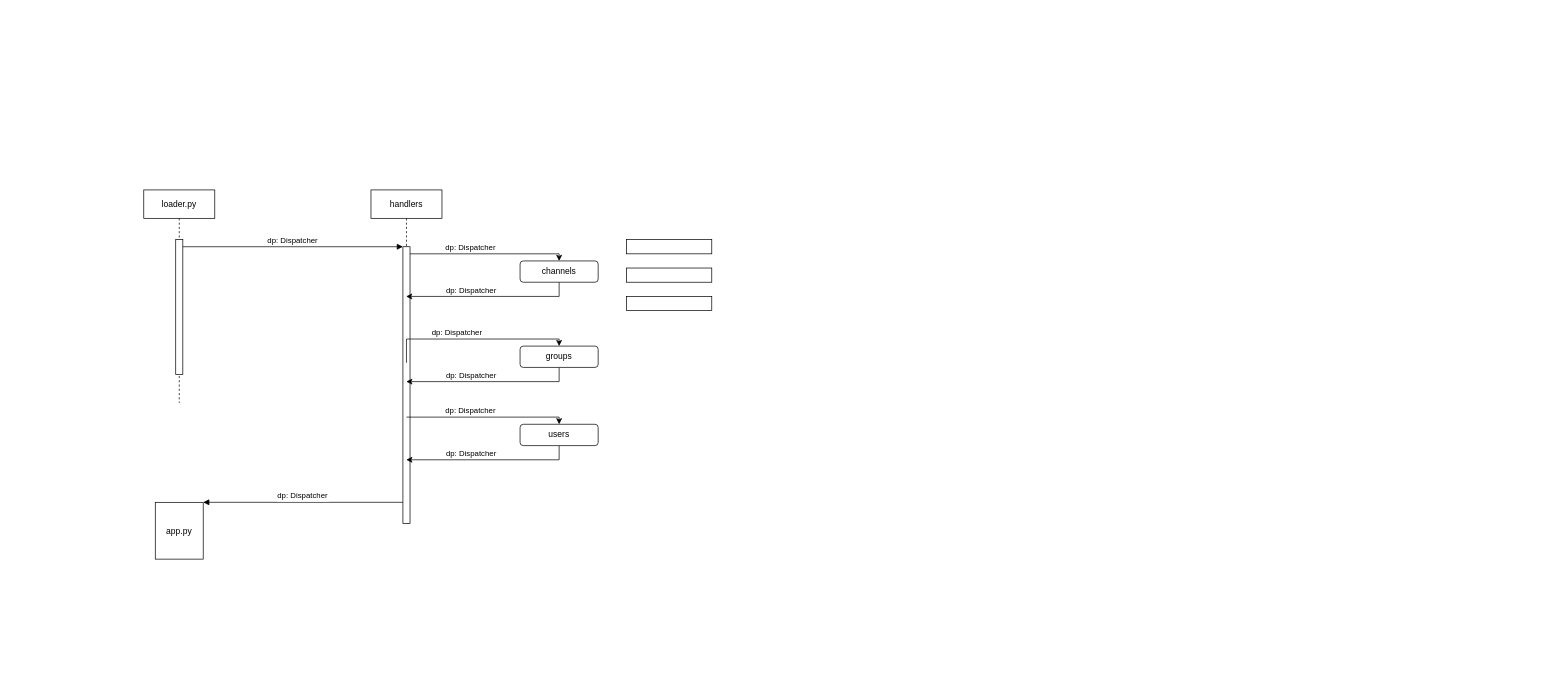
Earlier version of the draw.io diagram Untitled Diagram.drawio (schneider001/FakeMail). Source tidied: cells renumbered, new cells numbered last; positions are measured from the earlier drawing's top-left corner, leaving out a move shared by most shapes. Both pictures are drawn from the tidied source at 71%, with x=0, y=0 at pixel (143, 190).
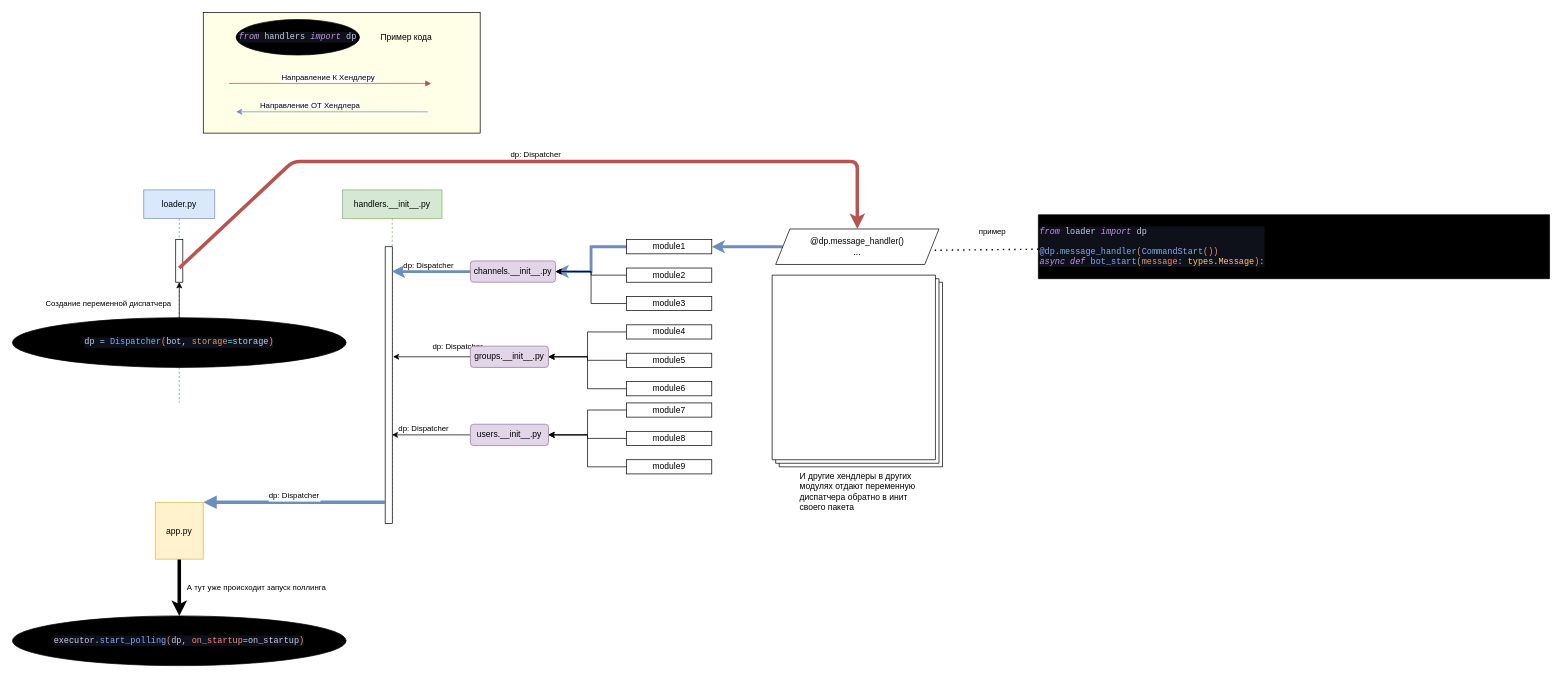
The same page after the edit.

The edit, as a diff of the source:
```diff
@@
+    <mxCell id="27" style="rounded=0;whiteSpace=wrap;html=1;align=left;fillColor=#FEFFE6;" parent="1" vertex="1">
+      <mxGeometry x="83.8" y="-250" width="390" height="170" as="geometry" />
+    </mxCell>
-    <mxCell id="2" value="loader.py" style="shape=umlLifeline;perimeter=lifelinePerimeter;rounded=0;shadow=0;strokeWidth=1;" parent="1" vertex="1">
+    <mxCell id="2" value="loader.py" style="shape=umlLifeline;perimeter=lifelinePerimeter;rounded=0;shadow=0;strokeWidth=1;fillColor=#dae8fc;strokeColor=#6c8ebf;" parent="1" vertex="1">
       <mxGeometry width="100" height="300" as="geometry" />
     </mxCell>
     <mxCell id="3" style="points=[];perimeter=orthogonalPerimeter;rounded=0;shadow=0;strokeWidth=1;" parent="2" vertex="1">
-      <mxGeometry x="45" y="70" width="10" height="190" as="geometry" />
+      <mxGeometry x="45" y="70" width="10" height="60" as="geometry" />
     </mxCell>
-    <mxCell id="4" style="edgeStyle=orthogonalEdgeStyle;rounded=0;jettySize=auto;html=1;entryX=0.5;entryY=0;entryDx=0;entryDy=0;" parent="1" edge="1" source="6" target="12">
-      <mxGeometry relative="1" as="geometry">
-        <Array as="points">
-          <mxPoint x="585" y="90" />
-        </Array>
-      </mxGeometry>
-    </mxCell>
-    <mxCell id="5" value="dp: Dispatcher" style="edgeLabel;html=1;align=center;verticalAlign=middle;" parent="4" vertex="1">
-      <mxGeometry x="-0.18" y="2" relative="1" as="geometry">
-        <mxPoint x="-2.2" y="-8" as="offset" />
-      </mxGeometry>
-    </mxCell>
-    <mxCell id="6" value="handlers" style="shape=umlLifeline;perimeter=lifelinePerimeter;rounded=0;shadow=0;strokeWidth=1;" parent="1" vertex="1">
-      <mxGeometry x="320" width="100" height="470" as="geometry" />
+    <mxCell id="6" value="handlers.__init__.py" style="shape=umlLifeline;perimeter=lifelinePerimeter;rounded=0;shadow=0;strokeWidth=1;fillColor=#d5e8d4;strokeColor=#82b366;" parent="1" vertex="1">
+      <mxGeometry x="280" width="140" height="470" as="geometry" />
     </mxCell>
     <mxCell id="7" style="points=[];perimeter=orthogonalPerimeter;rounded=0;shadow=0;strokeWidth=1;" parent="6" vertex="1">
-      <mxGeometry x="45" y="80" width="10" height="390" as="geometry" />
+      <mxGeometry x="60" y="80" width="10" height="390" as="geometry" />
     </mxCell>
-    <mxCell id="8" value="dp: Dispatcher" style="verticalAlign=bottom;endArrow=block;entryX=0;entryY=0;shadow=0;strokeWidth=1;" parent="1" edge="1" source="3" target="7">
-      <mxGeometry relative="1" as="geometry" />
-    </mxCell>
-    <mxCell id="9" value="dp: Dispatcher" style="verticalAlign=bottom;endArrow=block;entryX=1;entryY=0;shadow=0;strokeWidth=1;" parent="1" edge="1" source="7" target="23">
+    <mxCell id="9" value="dp: Dispatcher" style="verticalAlign=bottom;endArrow=block;entryX=1;entryY=0;shadow=0;strokeWidth=5;fillColor=#dae8fc;strokeColor=#6c8ebf;" parent="1" edge="1" source="7" target="23">
       <mxGeometry relative="1" as="geometry" />
     </mxCell>
-    <mxCell id="10" style="edgeStyle=orthogonalEdgeStyle;rounded=0;jettySize=auto;html=1;" parent="1" edge="1" source="12" target="6">
+    <mxCell id="10" style="edgeStyle=orthogonalEdgeStyle;rounded=0;jettySize=auto;html=1;fillColor=#dae8fc;strokeColor=#6c8ebf;exitX=0;exitY=0.5;exitDx=0;exitDy=0;strokeWidth=4;" parent="1" edge="1" source="12" target="6">
       <mxGeometry relative="1" as="geometry">
         <Array as="points">
-          <mxPoint x="585" y="150" />
+          <mxPoint x="470" y="115" />
+          <mxPoint x="470" y="115" />
         </Array>
       </mxGeometry>
     </mxCell>
@@
-    <mxCell id="12" value="channels" style="rounded=1;whiteSpace=wrap;html=1;" parent="1" vertex="1">
-      <mxGeometry x="530" y="100" width="110" height="30" as="geometry" />
+    <mxCell id="12" value="channels.__init__.py" style="rounded=1;whiteSpace=wrap;html=1;fillColor=#e1d5e7;strokeColor=#9673a6;" parent="1" vertex="1">
+      <mxGeometry x="460" y="100" width="120" height="30" as="geometry" />
     </mxCell>
-    <mxCell id="13" style="edgeStyle=orthogonalEdgeStyle;rounded=0;jettySize=auto;html=1;entryX=0.5;entryY=0;entryDx=0;entryDy=0;exitX=0.5;exitY=0.419;exitDx=0;exitDy=0;exitPerimeter=0;" parent="1" edge="1" source="7" target="17">
-      <mxGeometry relative="1" as="geometry">
-        <Array as="points">
-          <mxPoint x="585" y="210" />
-        </Array>
-      </mxGeometry>
-    </mxCell>
-    <mxCell id="14" value="dp: Dispatcher" style="edgeLabel;html=1;align=center;verticalAlign=middle;" parent="13" vertex="1">
-      <mxGeometry x="-0.18" y="2" relative="1" as="geometry">
-        <mxPoint x="-2.2" y="-8" as="offset" />
-      </mxGeometry>
-    </mxCell>
     <mxCell id="15" style="edgeStyle=orthogonalEdgeStyle;rounded=0;jettySize=auto;html=1;" parent="1" edge="1" source="17">
       <mxGeometry relative="1" as="geometry">
-        <mxPoint x="369.7" y="270" as="targetPoint" />
+        <mxPoint x="351" y="235" as="targetPoint" />
         <Array as="points">
-          <mxPoint x="585" y="270" />
+          <mxPoint x="351" y="235" />
         </Array>
       </mxGeometry>
     </mxCell>
     <mxCell id="16" value="dp: Dispatcher" style="edgeLabel;html=1;align=center;verticalAlign=middle;" parent="15" vertex="1">
       <mxGeometry x="0.25" relative="1" as="geometry">
-        <mxPoint x="2.5" y="-10" as="offset" />
+        <mxPoint x="49.4" y="-15.1" as="offset" />
       </mxGeometry>
     </mxCell>
-    <mxCell id="17" value="groups" style="rounded=1;whiteSpace=wrap;html=1;" parent="1" vertex="1">
-      <mxGeometry x="530" y="220" width="110" height="30" as="geometry" />
+    <mxCell id="17" value="groups.__init__.py" style="rounded=1;whiteSpace=wrap;html=1;fillColor=#e1d5e7;strokeColor=#9673a6;" parent="1" vertex="1">
+      <mxGeometry x="460" y="220" width="110" height="30" as="geometry" />
     </mxCell>
-    <mxCell id="18" style="edgeStyle=orthogonalEdgeStyle;rounded=0;jettySize=auto;html=1;entryX=0.5;entryY=0;entryDx=0;entryDy=0;exitX=0.5;exitY=0.419;exitDx=0;exitDy=0;exitPerimeter=0;" parent="1" edge="1" target="22">
-      <mxGeometry relative="1" as="geometry">
-        <mxPoint x="370" y="320" as="sourcePoint" />
-        <Array as="points">
-          <mxPoint x="585" y="320.1" />
-        </Array>
-      </mxGeometry>
-    </mxCell>
-    <mxCell id="19" value="dp: Dispatcher" style="edgeLabel;html=1;align=center;verticalAlign=middle;" parent="18" vertex="1">
-      <mxGeometry x="-0.18" y="2" relative="1" as="geometry">
-        <mxPoint x="-2.2" y="-8" as="offset" />
-      </mxGeometry>
-    </mxCell>
-    <mxCell id="20" style="edgeStyle=orthogonalEdgeStyle;rounded=0;jettySize=auto;html=1;" parent="1" edge="1" source="22">
+    <mxCell id="20" style="edgeStyle=orthogonalEdgeStyle;rounded=0;jettySize=auto;html=1;" parent="1" edge="1" source="22" target="6">
       <mxGeometry relative="1" as="geometry">
-        <mxPoint x="369.7" y="380.1" as="targetPoint" />
         <Array as="points">
-          <mxPoint x="585" y="380.1" />
+          <mxPoint x="430" y="345" />
+          <mxPoint x="430" y="345" />
         </Array>
       </mxGeometry>
     </mxCell>
@@
-    <mxCell id="22" value="users" style="rounded=1;whiteSpace=wrap;html=1;" parent="1" vertex="1">
-      <mxGeometry x="530" y="330.1" width="110" height="30" as="geometry" />
+    <mxCell id="22" value="users.__init__.py" style="rounded=1;whiteSpace=wrap;html=1;fillColor=#e1d5e7;strokeColor=#9673a6;" parent="1" vertex="1">
+      <mxGeometry x="460" y="330" width="110" height="30" as="geometry" />
     </mxCell>
+    <mxCell id="28" value="А тут уже происходит запуск поллинга&amp;nbsp;" style="edgeStyle=orthogonalEdgeStyle;rounded=0;jettySize=auto;html=1;strokeWidth=5;" parent="1" edge="1" source="23" target="47">
+      <mxGeometry y="110" relative="1" as="geometry" />
+    </mxCell>
-    <mxCell id="23" value="app.py" style="points=[];perimeter=orthogonalPerimeter;rounded=0;shadow=0;strokeWidth=1;" parent="1" vertex="1">
+    <mxCell id="23" value="app.py" style="points=[];perimeter=orthogonalPerimeter;rounded=0;shadow=0;strokeWidth=1;fillColor=#fff2cc;strokeColor=#d6b656;" parent="1" vertex="1">
       <mxGeometry x="16.2" y="440" width="67.5" height="80" as="geometry" />
     </mxCell>
+    <mxCell id="29" style="edgeStyle=orthogonalEdgeStyle;rounded=0;jettySize=auto;html=1;fillColor=#dae8fc;strokeColor=#6c8ebf;exitX=0;exitY=0.5;exitDx=0;exitDy=0;entryX=1;entryY=0.5;entryDx=0;entryDy=0;strokeWidth=4;" parent="1" edge="1" source="45" target="24">
+      <mxGeometry relative="1" as="geometry" />
+    </mxCell>
+    <mxCell id="30" style="edgeStyle=orthogonalEdgeStyle;rounded=0;jettySize=auto;html=1;entryX=1;entryY=0.5;entryDx=0;entryDy=0;fillColor=#dae8fc;strokeColor=#6c8ebf;strokeWidth=4;" parent="1" edge="1" source="24" target="12">
+      <mxGeometry relative="1" as="geometry" />
+    </mxCell>
-    <mxCell id="24" style="rounded=0;whiteSpace=wrap;html=1;" parent="1" vertex="1">
+    <mxCell id="24" value="module1" style="rounded=0;whiteSpace=wrap;html=1;" parent="1" vertex="1">
       <mxGeometry x="680" y="70" width="120" height="20" as="geometry" />
     </mxCell>
+    <mxCell id="31" style="edgeStyle=orthogonalEdgeStyle;rounded=0;jettySize=auto;html=1;" parent="1" edge="1" source="25" target="12">
+      <mxGeometry relative="1" as="geometry" />
+    </mxCell>
-    <mxCell id="25" style="rounded=0;whiteSpace=wrap;html=1;" parent="1" vertex="1">
+    <mxCell id="25" value="&lt;span&gt;module2&lt;/span&gt;" style="rounded=0;whiteSpace=wrap;html=1;" parent="1" vertex="1">
       <mxGeometry x="680" y="110" width="120" height="20" as="geometry" />
     </mxCell>
+    <mxCell id="32" style="edgeStyle=orthogonalEdgeStyle;rounded=0;jettySize=auto;html=1;entryX=1;entryY=0.5;entryDx=0;entryDy=0;" parent="1" edge="1" source="26" target="12">
+      <mxGeometry relative="1" as="geometry" />
+    </mxCell>
-    <mxCell id="26" style="rounded=0;whiteSpace=wrap;html=1;" parent="1" vertex="1">
+    <mxCell id="26" value="&lt;span&gt;module3&lt;/span&gt;" style="rounded=0;whiteSpace=wrap;html=1;" parent="1" vertex="1">
       <mxGeometry x="680" y="150" width="120" height="20" as="geometry" />
     </mxCell>
+    <mxCell id="33" style="edgeStyle=orthogonalEdgeStyle;rounded=0;jettySize=auto;html=1;entryX=1;entryY=0.5;entryDx=0;entryDy=0;" parent="1" edge="1" source="34" target="17">
+      <mxGeometry relative="1" as="geometry" />
+    </mxCell>
+    <mxCell id="34" value="&lt;span&gt;module4&lt;/span&gt;" style="rounded=0;whiteSpace=wrap;html=1;" parent="1" vertex="1">
+      <mxGeometry x="680" y="190" width="120" height="20" as="geometry" />
+    </mxCell>
+    <mxCell id="35" style="edgeStyle=orthogonalEdgeStyle;rounded=0;jettySize=auto;html=1;entryX=1;entryY=0.5;entryDx=0;entryDy=0;" parent="1" edge="1" source="36" target="17">
+      <mxGeometry relative="1" as="geometry" />
+    </mxCell>
+    <mxCell id="36" value="&lt;span&gt;module5&lt;/span&gt;" style="rounded=0;whiteSpace=wrap;html=1;" parent="1" vertex="1">
+      <mxGeometry x="680" y="230" width="120" height="20" as="geometry" />
+    </mxCell>
+    <mxCell id="37" style="edgeStyle=orthogonalEdgeStyle;rounded=0;jettySize=auto;html=1;entryX=1;entryY=0.5;entryDx=0;entryDy=0;" parent="1" edge="1" source="38" target="17">
+      <mxGeometry relative="1" as="geometry" />
+    </mxCell>
+    <mxCell id="38" value="&lt;span&gt;module6&lt;/span&gt;" style="rounded=0;whiteSpace=wrap;html=1;" parent="1" vertex="1">
+      <mxGeometry x="680" y="270" width="120" height="20" as="geometry" />
+    </mxCell>
+    <mxCell id="39" style="edgeStyle=orthogonalEdgeStyle;rounded=0;jettySize=auto;html=1;entryX=1;entryY=0.5;entryDx=0;entryDy=0;" parent="1" edge="1" source="40" target="22">
+      <mxGeometry relative="1" as="geometry" />
+    </mxCell>
+    <mxCell id="40" value="&lt;span&gt;module7&lt;/span&gt;" style="rounded=0;whiteSpace=wrap;html=1;" parent="1" vertex="1">
+      <mxGeometry x="680" y="300" width="120" height="20" as="geometry" />
+    </mxCell>
+    <mxCell id="41" style="edgeStyle=orthogonalEdgeStyle;rounded=0;jettySize=auto;html=1;entryX=1;entryY=0.5;entryDx=0;entryDy=0;" parent="1" edge="1" source="42" target="22">
+      <mxGeometry relative="1" as="geometry" />
+    </mxCell>
+    <mxCell id="42" value="&lt;span&gt;module8&lt;/span&gt;" style="rounded=0;whiteSpace=wrap;html=1;" parent="1" vertex="1">
+      <mxGeometry x="680" y="340" width="120" height="20" as="geometry" />
+    </mxCell>
+    <mxCell id="43" style="edgeStyle=orthogonalEdgeStyle;rounded=0;jettySize=auto;html=1;entryX=1;entryY=0.5;entryDx=0;entryDy=0;" parent="1" edge="1" source="44" target="22">
+      <mxGeometry relative="1" as="geometry" />
+    </mxCell>
+    <mxCell id="44" value="&lt;span&gt;module9&lt;/span&gt;" style="rounded=0;whiteSpace=wrap;html=1;" parent="1" vertex="1">
+      <mxGeometry x="680" y="380" width="120" height="20" as="geometry" />
+    </mxCell>
+    <mxCell id="45" value="@dp.message_handler()&lt;br&gt;..." style="shape=parallelogram;perimeter=parallelogramPerimeter;whiteSpace=wrap;html=1;fixedSize=1;rounded=0;" parent="1" vertex="1">
+      <mxGeometry x="890" y="55" width="230" height="50" as="geometry" />
+    </mxCell>
+    <mxCell id="46" value="&lt;div style=&quot;text-align: justify&quot;&gt;&lt;span&gt;И другие хендлеры в других &lt;br&gt;модулях отдают переменную &lt;br&gt;диспатчера обратно в инит &lt;br&gt;своего пакета&lt;/span&gt;&lt;/div&gt;" style="verticalLabelPosition=bottom;verticalAlign=top;html=1;shape=mxgraph.basic.layered_rect;dx=10;" parent="1" vertex="1">
+      <mxGeometry x="885" y="120" width="240" height="270" as="geometry" />
+    </mxCell>
+    <mxCell id="47" value="&lt;pre style=&quot;background-color: #0f111a ; color: #c3cee3 ; font-family: &amp;#34;jetbrains mono&amp;#34; , monospace ; font-size: 9 0pt&quot;&gt;executor&lt;span style=&quot;color: #89ddff&quot;&gt;.&lt;/span&gt;&lt;span style=&quot;color: #82aaff&quot;&gt;start_polling&lt;/span&gt;&lt;span style=&quot;color: #f78c6c&quot;&gt;(&lt;/span&gt;dp&lt;span style=&quot;color: #89ddff&quot;&gt;, &lt;/span&gt;&lt;span style=&quot;color: #f78c6c&quot;&gt;on_startup&lt;/span&gt;&lt;span style=&quot;color: #89ddff&quot;&gt;=&lt;/span&gt;on_startup&lt;span style=&quot;color: #f78c6c&quot;&gt;)&lt;/span&gt;&lt;/pre&gt;" style="ellipse;whiteSpace=wrap;html=1;rounded=0;shadow=0;strokeWidth=1;fillColor=#000000;" parent="1" vertex="1">
+      <mxGeometry x="-185" y="600" width="470" height="70" as="geometry" />
+    </mxCell>
+    <mxCell id="48" value="Создание переменной диспатчера" style="edgeStyle=orthogonalEdgeStyle;rounded=0;jettySize=auto;html=1;" parent="1" edge="1" source="49" target="3">
+      <mxGeometry x="-0.2" y="100" relative="1" as="geometry" />
+    </mxCell>
+    <mxCell id="49" value="&lt;pre style=&quot;background-color: #0f111a ; color: #c3cee3 ; font-family: &amp;#34;jetbrains mono&amp;#34; , monospace ; font-size: 9 0pt&quot;&gt;&lt;pre style=&quot;font-family: &amp;#34;jetbrains mono&amp;#34; , monospace&quot;&gt;dp &lt;span style=&quot;color: #89ddff&quot;&gt;= &lt;/span&gt;&lt;span style=&quot;color: #82aaff&quot;&gt;Dispatcher&lt;/span&gt;&lt;span style=&quot;color: #f78c6c&quot;&gt;(&lt;/span&gt;bot&lt;span style=&quot;color: #89ddff&quot;&gt;, &lt;/span&gt;&lt;span style=&quot;color: #f78c6c&quot;&gt;storage&lt;/span&gt;&lt;span style=&quot;color: #89ddff&quot;&gt;=&lt;/span&gt;storage&lt;span style=&quot;color: #f78c6c&quot;&gt;)&lt;/span&gt;&lt;/pre&gt;&lt;/pre&gt;" style="ellipse;whiteSpace=wrap;html=1;rounded=0;shadow=0;strokeWidth=1;fillColor=#000000;" parent="1" vertex="1">
+      <mxGeometry x="-185" y="180" width="470" height="70" as="geometry" />
+    </mxCell>
+    <mxCell id="50" value="&lt;pre style=&quot;background-color: #0f111a ; color: #c3cee3 ; font-family: &amp;quot;jetbrains mono&amp;quot; , monospace ; font-size: 9 0pt&quot;&gt;&lt;span style=&quot;color: #c792ea ; font-style: italic&quot;&gt;from &lt;/span&gt;loader &lt;span style=&quot;color: #c792ea ; font-style: italic&quot;&gt;import &lt;/span&gt;dp&lt;br&gt;&lt;br&gt;&lt;span style=&quot;color: #82aaff&quot;&gt;@dp.message_handler&lt;/span&gt;&lt;span style=&quot;color: #f78c6c&quot;&gt;(&lt;/span&gt;&lt;span style=&quot;color: #82aaff&quot;&gt;CommandStart&lt;/span&gt;&lt;span style=&quot;color: #f78c6c&quot;&gt;())&lt;br&gt;&lt;/span&gt;&lt;span style=&quot;color: #c792ea ; font-style: italic&quot;&gt;async def &lt;/span&gt;&lt;span style=&quot;color: #82aaff&quot;&gt;bot_start&lt;/span&gt;&lt;span style=&quot;color: #f78c6c&quot;&gt;(message&lt;/span&gt;&lt;span style=&quot;color: #89ddff&quot;&gt;: &lt;/span&gt;&lt;span style=&quot;color: #ffcb6b&quot;&gt;types.Message&lt;/span&gt;&lt;span style=&quot;color: #f78c6c&quot;&gt;)&lt;/span&gt;&lt;span style=&quot;color: #89ddff&quot;&gt;:&lt;/span&gt;&lt;/pre&gt;" style="shape=parallelogram;perimeter=parallelogramPerimeter;whiteSpace=wrap;html=1;fixedSize=1;rounded=0;align=left;fillColor=#000000;size=-60;" parent="1" vertex="1">
+      <mxGeometry x="1260" y="35" width="720" height="90" as="geometry" />
+    </mxCell>
+    <mxCell id="51" value="пример" style="endArrow=none;dashed=1;html=1;dashPattern=1 3;strokeWidth=2;" parent="1" edge="1" source="50">
+      <mxGeometry x="-0.15" y="-25" relative="1" as="geometry">
+        <mxPoint x="1109.3" y="85" as="targetPoint" />
+        <mxPoint x="-1" as="offset" />
+      </mxGeometry>
+    </mxCell>
+    <mxCell id="52" value="Направление К Хендлеру" style="verticalAlign=bottom;endArrow=block;entryX=0;entryY=0;shadow=0;strokeWidth=1;fillColor=#f8cecc;strokeColor=#b85450;" parent="1" edge="1">
+      <mxGeometry x="-0.02" relative="1" as="geometry">
+        <mxPoint x="120" y="-150" as="sourcePoint" />
+        <mxPoint x="405" y="-150" as="targetPoint" />
+      </mxGeometry>
+    </mxCell>
+    <mxCell id="53" style="edgeStyle=orthogonalEdgeStyle;rounded=0;orthogonalLoop=1;jettySize=auto;html=1;fillColor=#dae8fc;strokeColor=#6c8ebf;" parent="1" edge="1">
+      <mxGeometry relative="1" as="geometry">
+        <mxPoint x="400" y="-110" as="sourcePoint" />
+        <mxPoint x="130" y="-110" as="targetPoint" />
+        <Array as="points">
+          <mxPoint x="350" y="-110" />
+          <mxPoint x="350" y="-110" />
+        </Array>
+      </mxGeometry>
+    </mxCell>
+    <mxCell id="54" value="Направление ОТ Хендлера" style="edgeLabel;html=1;align=center;verticalAlign=middle;" parent="53" vertex="1">
+      <mxGeometry x="0.25" relative="1" as="geometry">
+        <mxPoint x="2.5" y="-10" as="offset" />
+      </mxGeometry>
+    </mxCell>
+    <mxCell id="55" value="&lt;pre style=&quot;background-color: #0f111a ; color: #c3cee3 ; font-family: &amp;#34;jetbrains mono&amp;#34; , monospace ; font-size: 9 0pt&quot;&gt;&lt;span style=&quot;color: #c792ea ; font-style: italic&quot;&gt;from &lt;/span&gt;handlers &lt;span style=&quot;color: #c792ea ; font-style: italic&quot;&gt;import &lt;/span&gt;dp&lt;/pre&gt;" style="ellipse;whiteSpace=wrap;html=1;rounded=0;shadow=0;strokeWidth=1;fillColor=#000000;" parent="1" vertex="1">
+      <mxGeometry x="130" y="-240" width="173.8" height="50" as="geometry" />
+    </mxCell>
+    <mxCell id="56" value="Пример кода" style="text;html=1;strokeColor=none;fillColor=none;align=center;verticalAlign=middle;whiteSpace=wrap;rounded=0;" parent="1" vertex="1">
+      <mxGeometry x="320" y="-225" width="100" height="20" as="geometry" />
+    </mxCell>
+    <mxCell id="57" value="dp: Dispatcher" style="endArrow=classic;html=1;exitX=0.5;exitY=0.667;exitDx=0;exitDy=0;exitPerimeter=0;entryX=0.5;entryY=0;entryDx=0;entryDy=0;fillColor=#f8cecc;strokeColor=#b85450;strokeWidth=5;" parent="1" edge="1" source="3" target="45">
+      <mxGeometry x="0.01" y="10" relative="1" as="geometry">
+        <Array as="points">
+          <mxPoint x="210" y="-40" />
+          <mxPoint x="1005" y="-40" />
+        </Array>
+        <mxPoint x="1" as="offset" />
+      </mxGeometry>
+    </mxCell>
```
